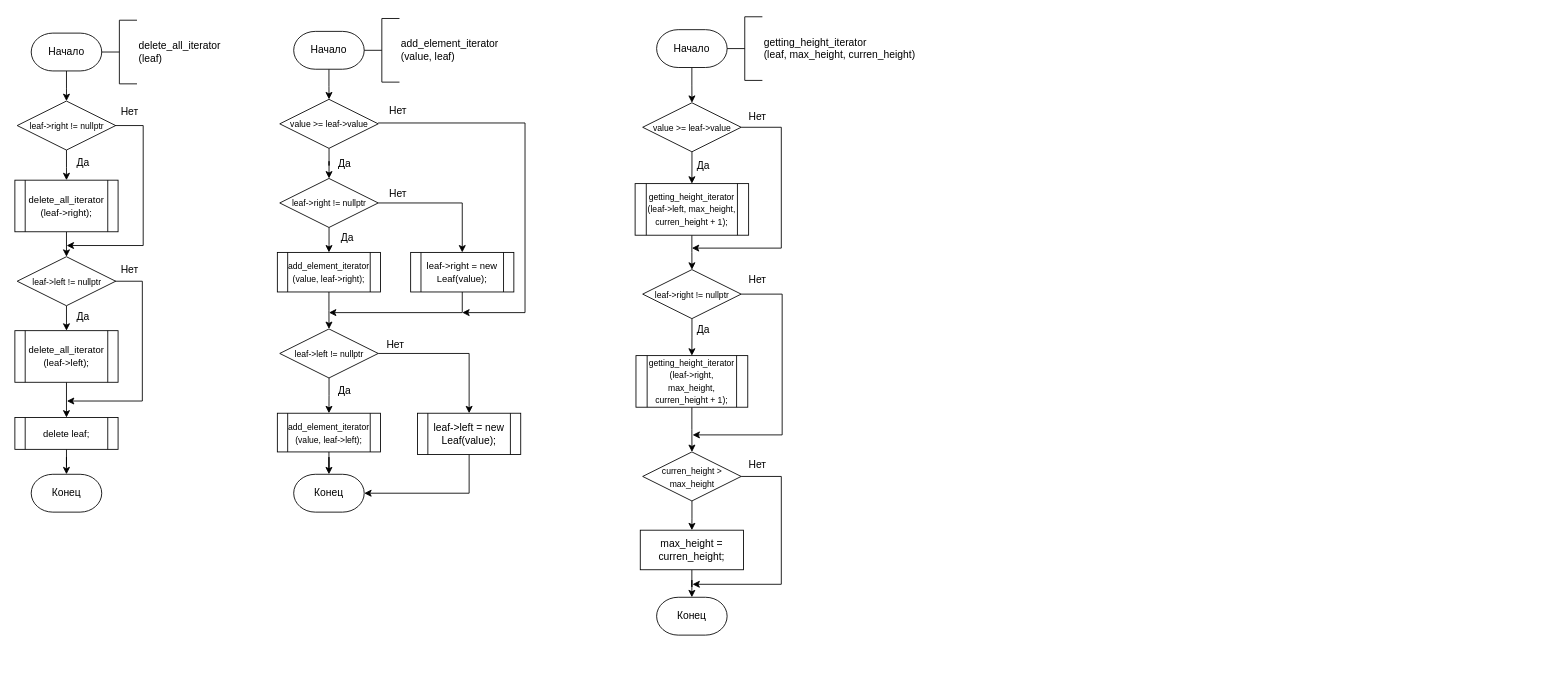
Earlier version of the draw.io diagram Untitled Diagram.drawio (ZoGMyKill/BSTRee). Source tidied: cells renumbered, new cells numbered last; positions are measured from the earlier drawing's top-left corner, leaving out a move shared by most shapes. Both pictures are drawn from the tidied source at 86%, with x=0, y=0 at pixel (15, 16).
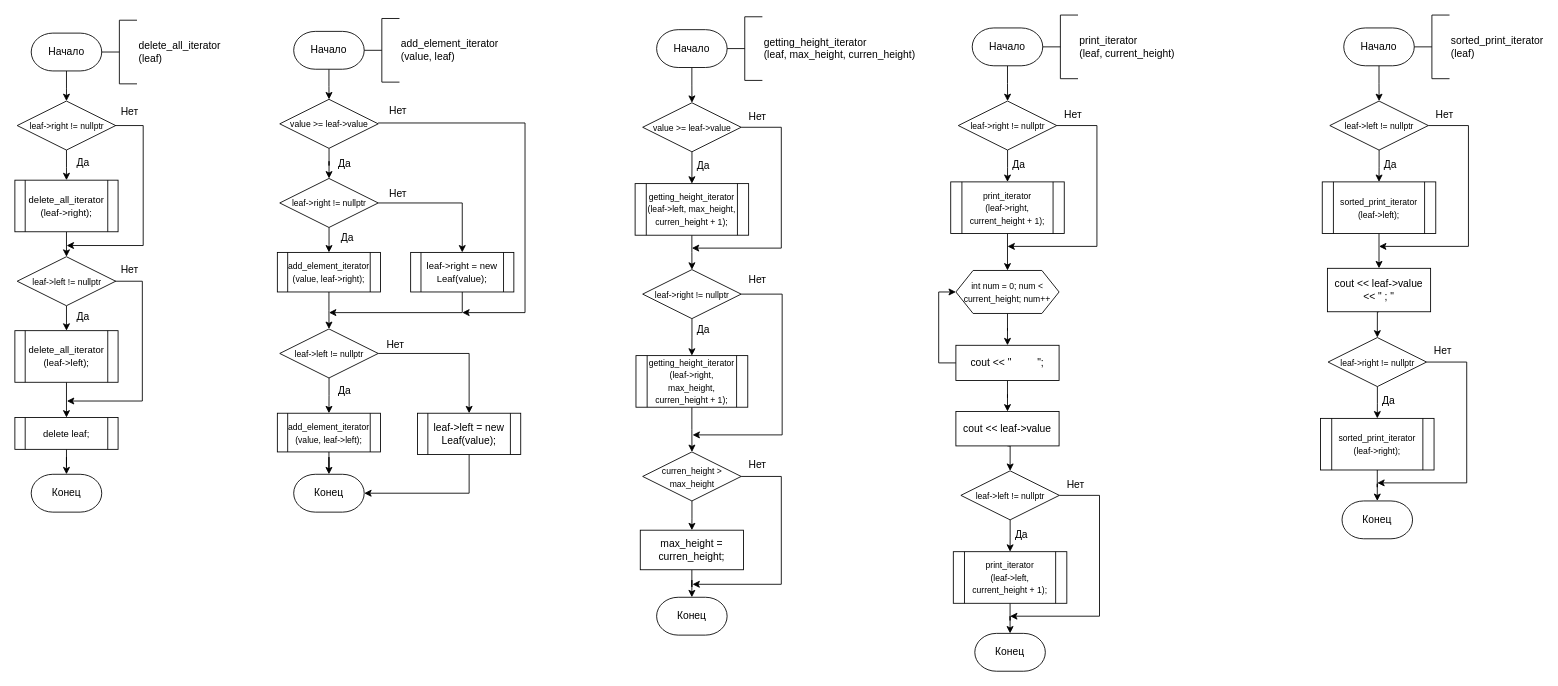
After the change.

Diff of the diagram source:
```diff
@@
+    <mxCell id="73" style="edgeStyle=orthogonalEdgeStyle;rounded=0;jettySize=auto;html=1;" parent="1" edge="1" source="74" target="78">
+      <mxGeometry relative="1" as="geometry" />
+    </mxCell>
+    <mxCell id="74" value="Начало" style="strokeWidth=1;html=1;shape=mxgraph.flowchart.terminator;whiteSpace=wrap;" parent="1" vertex="1">
+      <mxGeometry x="1113" y="13" width="82" height="44" as="geometry" />
+    </mxCell>
+    <mxCell id="75" value="print_iterator&lt;br&gt;(leaf, current_height)" style="strokeWidth=1;html=1;shape=mxgraph.flowchart.annotation_2;align=left;labelPosition=right;" parent="1" vertex="1">
+      <mxGeometry x="1195" y="-2" width="41" height="74" as="geometry" />
+    </mxCell>
+    <mxCell id="76" style="edgeStyle=orthogonalEdgeStyle;rounded=0;jettySize=auto;html=1;" parent="1" edge="1" source="78" target="80">
+      <mxGeometry relative="1" as="geometry" />
+    </mxCell>
+    <mxCell id="77" style="edgeStyle=orthogonalEdgeStyle;rounded=0;jettySize=auto;html=1;exitX=1;exitY=0.5;exitDx=0;exitDy=0;" parent="1" edge="1" source="78">
+      <mxGeometry relative="1" as="geometry">
+        <mxPoint x="1154" y="267" as="targetPoint" />
+        <Array as="points">
+          <mxPoint x="1258" y="127" />
+          <mxPoint x="1258" y="267" />
+        </Array>
+      </mxGeometry>
+    </mxCell>
+    <mxCell id="78" value="&lt;font style=&quot;font-size: 10px&quot;&gt;leaf-&amp;gt;right != nullptr&lt;/font&gt;" style="rhombus;whiteSpace=wrap;html=1;strokeWidth=1;" parent="1" vertex="1">
+      <mxGeometry x="1096.8" y="98" width="114.5" height="57" as="geometry" />
+    </mxCell>
+    <mxCell id="79" style="edgeStyle=orthogonalEdgeStyle;rounded=0;jettySize=auto;html=1;" parent="1" edge="1" source="80" target="84">
+      <mxGeometry relative="1" as="geometry" />
+    </mxCell>
+    <mxCell id="80" value="&lt;span style=&quot;font-size: 10px&quot;&gt;print_iterator&lt;br&gt;(leaf-&amp;gt;right, current_height + 1);&lt;/span&gt;" style="shape=process;whiteSpace=wrap;html=1;backgroundOutline=1;strokeWidth=1;" parent="1" vertex="1">
+      <mxGeometry x="1088" y="192" width="132" height="60" as="geometry" />
+    </mxCell>
+    <mxCell id="81" value="Да" style="text;html=1;align=center;verticalAlign=middle;" parent="1" vertex="1">
+      <mxGeometry x="1154" y="163" width="25" height="18" as="geometry" />
+    </mxCell>
+    <mxCell id="82" value="Нет" style="text;html=1;align=center;verticalAlign=middle;" parent="1" vertex="1">
+      <mxGeometry x="1214" y="105" width="31" height="18" as="geometry" />
+    </mxCell>
+    <mxCell id="83" style="edgeStyle=orthogonalEdgeStyle;rounded=0;jettySize=auto;html=1;" parent="1" edge="1" source="84" target="88">
+      <mxGeometry relative="1" as="geometry" />
+    </mxCell>
+    <mxCell id="84" value="&lt;font style=&quot;font-size: 10px&quot;&gt;int num = 0; num &amp;lt; current_height; num++&lt;/font&gt;" style="shape=hexagon;perimeter=hexagonPerimeter2;whiteSpace=wrap;html=1;fixedSize=1;strokeWidth=1;" parent="1" vertex="1">
+      <mxGeometry x="1094" y="295" width="120" height="50" as="geometry" />
+    </mxCell>
+    <mxCell id="85" style="edgeStyle=orthogonalEdgeStyle;rounded=0;orthogonalLoop=1;jettySize=auto;html=1;exitX=0.5;exitY=1;exitDx=0;exitDy=0;" parent="1" edge="1" source="84" target="84">
+      <mxGeometry relative="1" as="geometry" />
+    </mxCell>
+    <mxCell id="86" style="edgeStyle=orthogonalEdgeStyle;rounded=0;jettySize=auto;html=1;exitX=0;exitY=0.5;exitDx=0;exitDy=0;entryX=0;entryY=0.5;entryDx=0;entryDy=0;" parent="1" edge="1" source="88" target="84">
+      <mxGeometry relative="1" as="geometry" />
+    </mxCell>
+    <mxCell id="87" style="edgeStyle=orthogonalEdgeStyle;rounded=0;jettySize=auto;html=1;" parent="1" edge="1" source="88" target="90">
+      <mxGeometry relative="1" as="geometry" />
+    </mxCell>
+    <mxCell id="88" value="cout &amp;lt;&amp;lt; &quot;&amp;nbsp; &amp;nbsp; &amp;nbsp; &amp;nbsp; &amp;nbsp;&quot;;" style="whiteSpace=wrap;html=1;strokeWidth=1;" parent="1" vertex="1">
+      <mxGeometry x="1094" y="382" width="120" height="41" as="geometry" />
+    </mxCell>
+    <mxCell id="89" style="edgeStyle=orthogonalEdgeStyle;rounded=0;jettySize=auto;html=1;exitX=0.5;exitY=1;exitDx=0;exitDy=0;entryX=0.5;entryY=0;entryDx=0;entryDy=0;" parent="1" edge="1" source="90" target="93">
+      <mxGeometry relative="1" as="geometry" />
+    </mxCell>
+    <mxCell id="90" value="&lt;span&gt;cout &amp;lt;&amp;lt; leaf-&amp;gt;value&lt;/span&gt;" style="whiteSpace=wrap;html=1;strokeWidth=1;" parent="1" vertex="1">
+      <mxGeometry x="1094" y="459" width="120" height="40" as="geometry" />
+    </mxCell>
+    <mxCell id="91" style="edgeStyle=orthogonalEdgeStyle;rounded=0;jettySize=auto;html=1;" parent="1" edge="1" source="93" target="95">
+      <mxGeometry relative="1" as="geometry" />
+    </mxCell>
+    <mxCell id="92" style="edgeStyle=orthogonalEdgeStyle;rounded=0;jettySize=auto;html=1;exitX=1;exitY=0.5;exitDx=0;exitDy=0;" parent="1" edge="1" source="93">
+      <mxGeometry relative="1" as="geometry">
+        <mxPoint x="1157" y="697" as="targetPoint" />
+        <Array as="points">
+          <mxPoint x="1261" y="557" />
+          <mxPoint x="1261" y="697" />
+        </Array>
+      </mxGeometry>
+    </mxCell>
+    <mxCell id="93" value="&lt;font style=&quot;font-size: 10px&quot;&gt;leaf-&amp;gt;left != nullptr&lt;/font&gt;" style="rhombus;whiteSpace=wrap;html=1;strokeWidth=1;" parent="1" vertex="1">
+      <mxGeometry x="1099.8" y="528" width="114.5" height="57" as="geometry" />
+    </mxCell>
+    <mxCell id="94" style="edgeStyle=orthogonalEdgeStyle;rounded=0;jettySize=auto;html=1;" parent="1" edge="1" source="95" target="98">
+      <mxGeometry relative="1" as="geometry" />
+    </mxCell>
+    <mxCell id="95" value="&lt;div&gt;&lt;span style=&quot;font-size: 10px&quot;&gt;print_iterator&lt;/span&gt;&lt;/div&gt;&lt;div&gt;&lt;span style=&quot;font-size: 10px&quot;&gt;(leaf-&amp;gt;left, current_height + 1);&lt;/span&gt;&lt;/div&gt;" style="shape=process;whiteSpace=wrap;html=1;backgroundOutline=1;strokeWidth=1;" parent="1" vertex="1">
+      <mxGeometry x="1091" y="622" width="132" height="60" as="geometry" />
+    </mxCell>
+    <mxCell id="96" value="Да" style="text;html=1;align=center;verticalAlign=middle;" parent="1" vertex="1">
+      <mxGeometry x="1157" y="593" width="25" height="18" as="geometry" />
+    </mxCell>
+    <mxCell id="97" value="Нет" style="text;html=1;align=center;verticalAlign=middle;" parent="1" vertex="1">
+      <mxGeometry x="1217" y="535" width="31" height="18" as="geometry" />
+    </mxCell>
+    <mxCell id="98" value="Конец" style="strokeWidth=1;html=1;shape=mxgraph.flowchart.terminator;whiteSpace=wrap;" parent="1" vertex="1">
+      <mxGeometry x="1116" y="717" width="82" height="44" as="geometry" />
+    </mxCell>
+    <mxCell id="99" style="edgeStyle=orthogonalEdgeStyle;rounded=0;jettySize=auto;html=1;" parent="1" edge="1" source="100" target="104">
+      <mxGeometry relative="1" as="geometry" />
+    </mxCell>
+    <mxCell id="100" value="Начало" style="strokeWidth=1;html=1;shape=mxgraph.flowchart.terminator;whiteSpace=wrap;" parent="1" vertex="1">
+      <mxGeometry x="1545" y="13" width="82" height="44" as="geometry" />
+    </mxCell>
+    <mxCell id="101" value="sorted_print_iterator&lt;br&gt;(leaf)" style="strokeWidth=1;html=1;shape=mxgraph.flowchart.annotation_2;align=left;labelPosition=right;" parent="1" vertex="1">
+      <mxGeometry x="1627" y="-2" width="41" height="74" as="geometry" />
+    </mxCell>
+    <mxCell id="102" style="edgeStyle=orthogonalEdgeStyle;rounded=0;jettySize=auto;html=1;" parent="1" edge="1" source="104" target="106">
+      <mxGeometry relative="1" as="geometry" />
+    </mxCell>
+    <mxCell id="103" style="edgeStyle=orthogonalEdgeStyle;rounded=0;jettySize=auto;html=1;exitX=1;exitY=0.5;exitDx=0;exitDy=0;" parent="1" edge="1" source="104">
+      <mxGeometry relative="1" as="geometry">
+        <mxPoint x="1586" y="267" as="targetPoint" />
+        <Array as="points">
+          <mxPoint x="1690" y="127" />
+          <mxPoint x="1690" y="267" />
+        </Array>
+      </mxGeometry>
+    </mxCell>
+    <mxCell id="104" value="&lt;font style=&quot;font-size: 10px&quot;&gt;leaf-&amp;gt;left != nullptr&lt;/font&gt;" style="rhombus;whiteSpace=wrap;html=1;strokeWidth=1;" parent="1" vertex="1">
+      <mxGeometry x="1528.8" y="98" width="114.5" height="57" as="geometry" />
+    </mxCell>
+    <mxCell id="105" style="edgeStyle=orthogonalEdgeStyle;rounded=0;jettySize=auto;html=1;" parent="1" edge="1" source="106" target="110">
+      <mxGeometry relative="1" as="geometry" />
+    </mxCell>
+    <mxCell id="106" value="&lt;span style=&quot;font-size: 10px&quot;&gt;sorted_print_iterator&lt;br&gt;(leaf-&amp;gt;left);&lt;/span&gt;" style="shape=process;whiteSpace=wrap;html=1;backgroundOutline=1;strokeWidth=1;" parent="1" vertex="1">
+      <mxGeometry x="1520" y="192" width="132" height="60" as="geometry" />
+    </mxCell>
+    <mxCell id="107" value="Да" style="text;html=1;align=center;verticalAlign=middle;" parent="1" vertex="1">
+      <mxGeometry x="1586" y="163" width="25" height="18" as="geometry" />
+    </mxCell>
+    <mxCell id="108" value="Нет" style="text;html=1;align=center;verticalAlign=middle;" parent="1" vertex="1">
+      <mxGeometry x="1646" y="105" width="31" height="18" as="geometry" />
+    </mxCell>
+    <mxCell id="109" style="edgeStyle=orthogonalEdgeStyle;rounded=0;jettySize=auto;html=1;exitX=0.5;exitY=1;exitDx=0;exitDy=0;entryX=0.5;entryY=0;entryDx=0;entryDy=0;" parent="1" edge="1" source="110" target="113">
+      <mxGeometry relative="1" as="geometry" />
+    </mxCell>
+    <mxCell id="110" value="cout &amp;lt;&amp;lt; leaf-&amp;gt;value &amp;lt;&amp;lt; &quot; ; &quot;" style="whiteSpace=wrap;html=1;strokeWidth=1;" parent="1" vertex="1">
+      <mxGeometry x="1526" y="292.5" width="120" height="50.5" as="geometry" />
+    </mxCell>
+    <mxCell id="111" style="edgeStyle=orthogonalEdgeStyle;rounded=0;jettySize=auto;html=1;" parent="1" edge="1" source="113" target="115">
+      <mxGeometry relative="1" as="geometry" />
+    </mxCell>
+    <mxCell id="112" style="edgeStyle=orthogonalEdgeStyle;rounded=0;jettySize=auto;html=1;exitX=1;exitY=0.5;exitDx=0;exitDy=0;" parent="1" edge="1" source="113">
+      <mxGeometry relative="1" as="geometry">
+        <mxPoint x="1584" y="542" as="targetPoint" />
+        <Array as="points">
+          <mxPoint x="1688" y="402" />
+          <mxPoint x="1688" y="542" />
+        </Array>
+      </mxGeometry>
+    </mxCell>
+    <mxCell id="113" value="&lt;font style=&quot;font-size: 10px&quot;&gt;leaf-&amp;gt;right != nullptr&lt;/font&gt;" style="rhombus;whiteSpace=wrap;html=1;strokeWidth=1;" parent="1" vertex="1">
+      <mxGeometry x="1526.8" y="373" width="114.5" height="57" as="geometry" />
+    </mxCell>
+    <mxCell id="114" style="edgeStyle=orthogonalEdgeStyle;rounded=0;jettySize=auto;html=1;" parent="1" edge="1" source="115" target="118">
+      <mxGeometry relative="1" as="geometry" />
+    </mxCell>
+    <mxCell id="115" value="&lt;span style=&quot;font-size: 10px&quot;&gt;sorted_print_iterator&lt;br&gt;(leaf-&amp;gt;right);&lt;/span&gt;" style="shape=process;whiteSpace=wrap;html=1;backgroundOutline=1;strokeWidth=1;" parent="1" vertex="1">
+      <mxGeometry x="1518" y="467" width="132" height="60" as="geometry" />
+    </mxCell>
+    <mxCell id="116" value="Да" style="text;html=1;align=center;verticalAlign=middle;" parent="1" vertex="1">
+      <mxGeometry x="1584" y="438" width="25" height="18" as="geometry" />
+    </mxCell>
+    <mxCell id="117" value="Нет" style="text;html=1;align=center;verticalAlign=middle;" parent="1" vertex="1">
+      <mxGeometry x="1644" y="380" width="31" height="18" as="geometry" />
+    </mxCell>
+    <mxCell id="118" value="Конец" style="strokeWidth=1;html=1;shape=mxgraph.flowchart.terminator;whiteSpace=wrap;" parent="1" vertex="1">
+      <mxGeometry x="1543" y="563" width="82" height="44" as="geometry" />
+    </mxCell>
```
